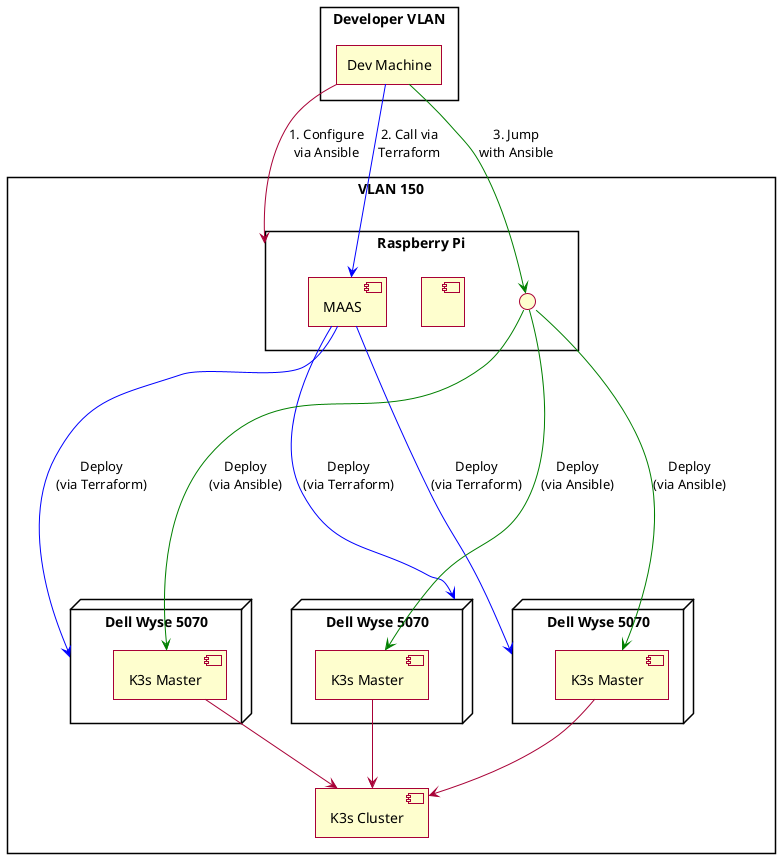
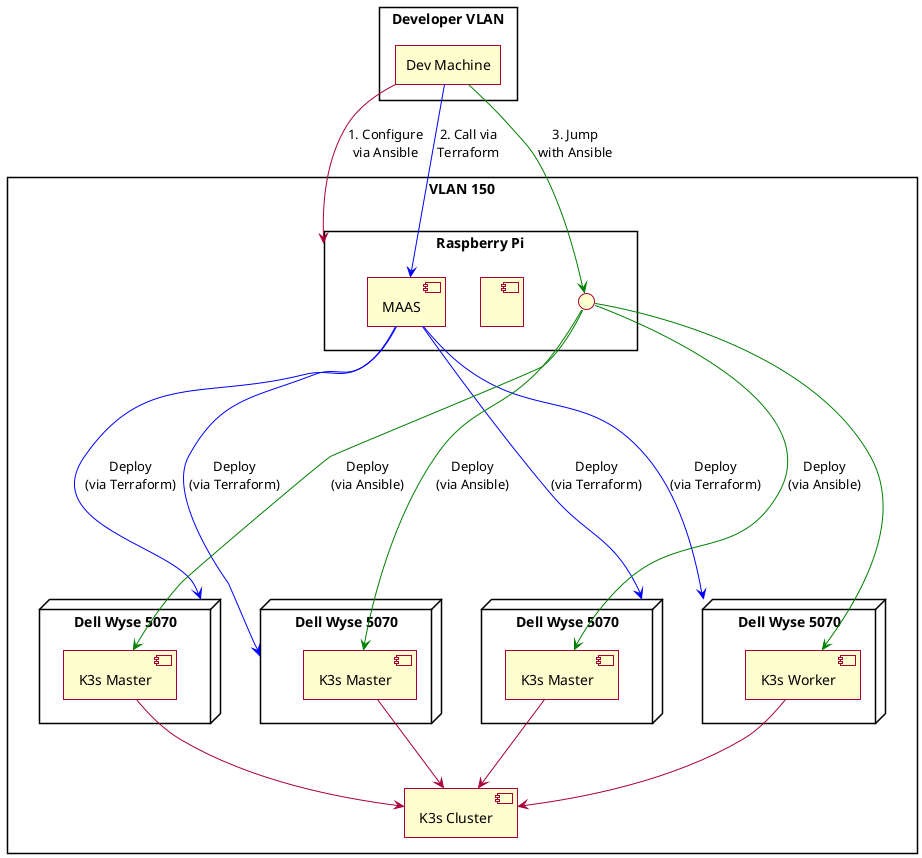
@startuml
skin rose
skinparam Shadowing false
'skinparam linetype ortho
'skinparam linetype polyline
'skinparam nodesep 50
skinparam ranksep 80


rectangle "Developer VLAN" {
    agent "Dev Machine" as dev
}

rectangle "VLAN 150" {
    rectangle "Raspberry Pi" as pi {
        component MAAS as maas
        [<font:monospace> </font>] as invi
        circle " " as jump
    }

    node "Dell Wyse 5070" as dell1 {
        component "K3s Master" as k3s1
    }

    node "Dell Wyse 5070" as dell2 {
        component "K3s Master" as k3s2
    }

    node "Dell Wyse 5070" as dell3 {
        component "K3s Master" as k3s3
    }

- '    node "Dell Wyse 5070" as dell4 {
- '        component "K3s Worker" as k3s4
- '    }
+     node "Dell Wyse 5070" as dell4 {
+         component "K3s Worker" as k3s4
+     }

    component "K3s Cluster" as cluster
}

dev --> pi: "1. Configure\nvia Ansible"
dev -[#blue]-> maas: "2. Call via\nTerraform"

maas -[#blue]-> dell1: Deploy\n(via Terraform)
maas -[#blue]-> dell2: Deploy\n(via Terraform)
maas -[#blue]-> dell3: Deploy\n(via Terraform)
- 'maas -[#red]-> dell4: Deploy\n(via Terraform)
+ maas -[#blue]-> dell4: Deploy\n(via Terraform)

dev -[#green]-> jump: "3. Jump\nwith Ansible"
jump --[#green]--> k3s1: Deploy\n(via Ansible)
jump --[#green]--> k3s2: Deploy\n(via Ansible)
jump --[#green]--> k3s3: Deploy\n(via Ansible)
- 'jump --[#green]--> k3s4
+ jump --[#green]--> k3s4

k3s1 --> cluster
k3s2 --> cluster
k3s3 --> cluster
- 'k3s4 --> cluster
+ k3s4 --> cluster

hide invi
hide invi2

<style>
.invi {
    BackgroundColor transparent
    LineColor transparent
}
</style>

@enduml
